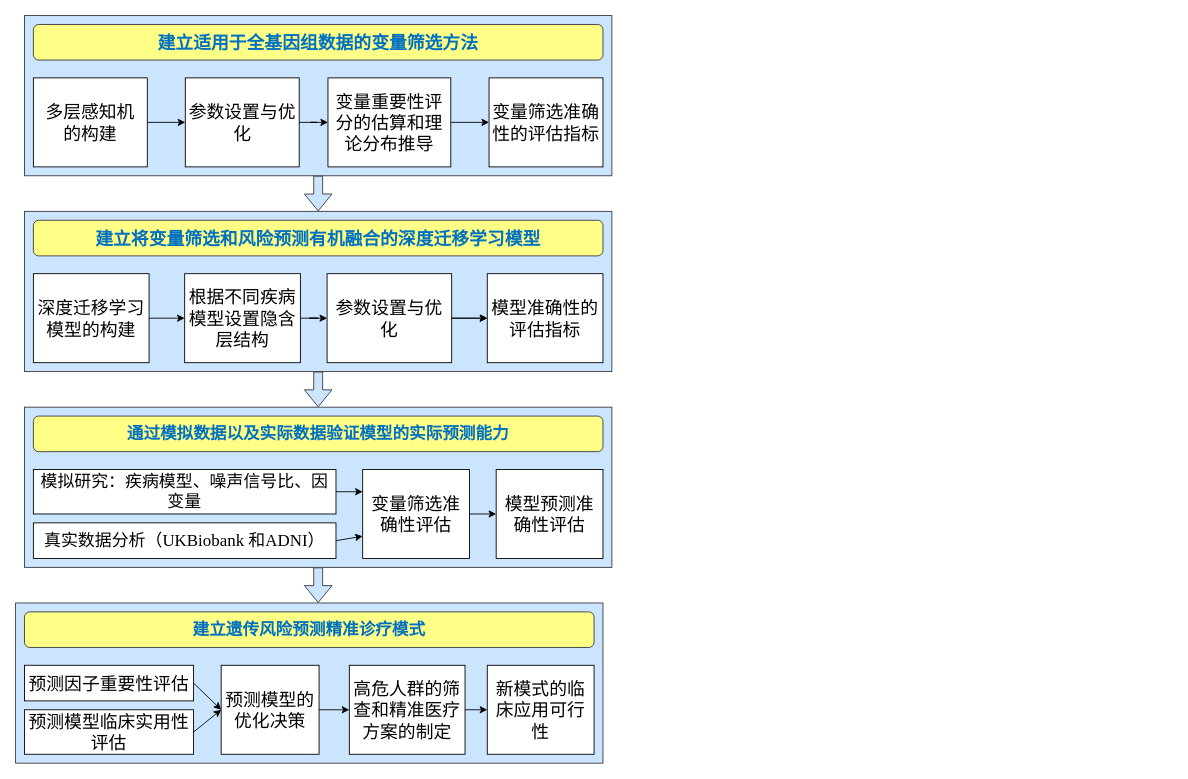
Before: pathnew.drawio in YaluWen/try, a draw.io diagram. Source tidied: cells renumbered, new cells numbered last; positions are measured from the earlier drawing's top-left corner, leaving out a move shared by most shapes. Both pictures are drawn from the tidied source at 89%, with x=0, y=0 at pixel (15, 15).
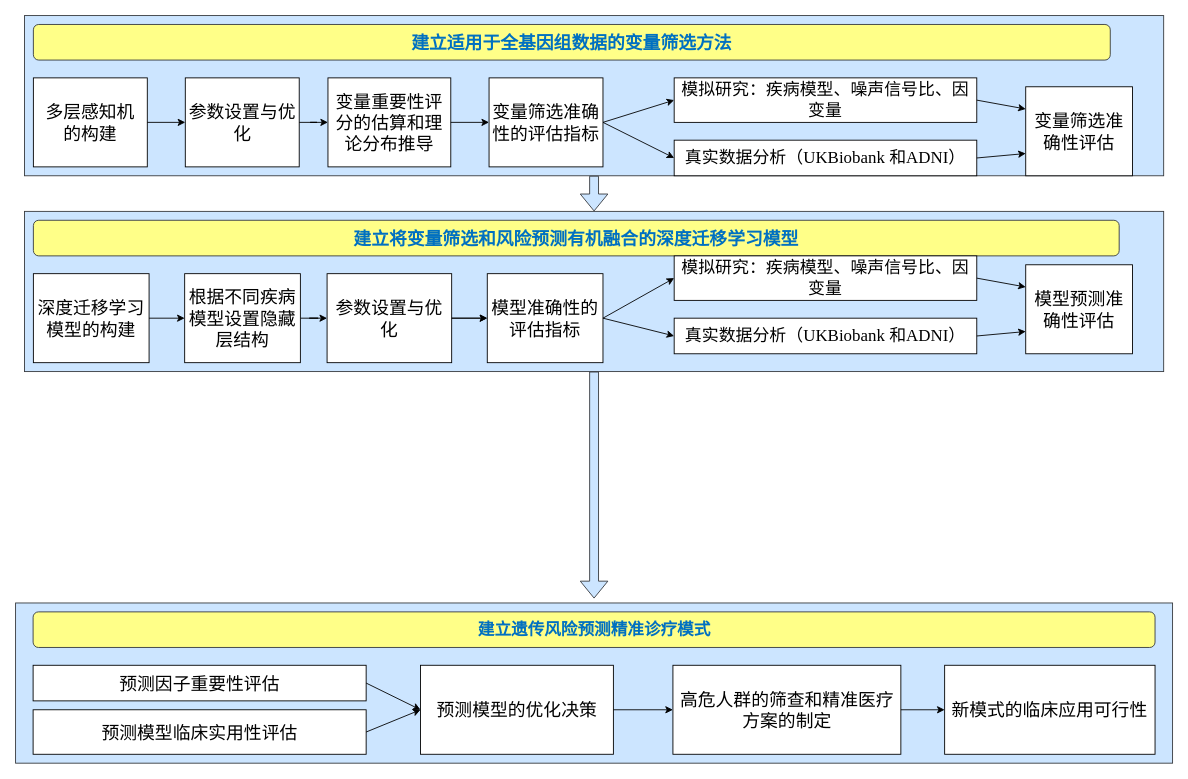
The same diagram, later.

The edit, as a diff of the source:
```diff
@@
-    <mxCell id="2" style="group;" parent="1" vertex="1">
-      <mxGeometry x="10" width="660" height="180" as="geometry" />
-    </mxCell>
-    <mxCell id="3" style="rounded=0;whiteSpace=wrap;html=1;fillColor=#cce5ff;strokeColor=#36393d;" parent="2" vertex="1">
-      <mxGeometry width="660" height="180" as="geometry" />
-    </mxCell>
-    <mxCell id="4" value="&lt;font style=&quot;font-size: 20px&quot;&gt;&lt;b&gt;&lt;span style=&quot;font-family: &amp;#34;kaiti&amp;#34; ; color: rgb(0 , 112 , 193)&quot; lang=&quot;ZH-CN&quot;&gt;建立适用于全基因组数据的变量筛选方法&lt;/span&gt;&lt;/b&gt;&lt;/font&gt;" style="rounded=1;whiteSpace=wrap;html=1;fillColor=#ffff88;strokeColor=#36393d;" parent="2" vertex="1">
-      <mxGeometry x="10" y="10" width="640" height="40" as="geometry" />
-    </mxCell>
-    <mxCell id="5" value="&lt;div style=&quot;font-size: 20px&quot;&gt;&lt;font style=&quot;font-size: 20px&quot;&gt;多层感知机&lt;/font&gt;&lt;/div&gt;&lt;div style=&quot;font-size: 20px&quot;&gt;&lt;font style=&quot;font-size: 20px&quot;&gt;的构建&lt;/font&gt;&lt;/div&gt;" style="rounded=0;whiteSpace=wrap;html=1;" parent="2" vertex="1">
-      <mxGeometry x="10" y="70" width="128" height="100" as="geometry" />
-    </mxCell>
-    <mxCell id="6" value="&lt;font style=&quot;font-size: 20px&quot;&gt;参数设置与优化&lt;/font&gt;" style="whiteSpace=wrap;html=1;rounded=0;" parent="2" vertex="1">
-      <mxGeometry x="180.7" y="70" width="128" height="100" as="geometry" />
-    </mxCell>
-    <mxCell id="7" style="edgeStyle=orthogonalEdgeStyle;rounded=0;jettySize=auto;html=1;" parent="2" edge="1" source="5" target="6">
-      <mxGeometry x="10" y="70" as="geometry" />
-    </mxCell>
-    <mxCell id="8" value="&lt;font style=&quot;font-size: 20px&quot;&gt;变量重要性评分的估算和理论分布推导&lt;/font&gt;" style="whiteSpace=wrap;html=1;rounded=0;" parent="2" vertex="1">
-      <mxGeometry x="341" y="70" width="138" height="100" as="geometry" />
-    </mxCell>
-    <mxCell id="9" style="edgeStyle=orthogonalEdgeStyle;rounded=0;jettySize=auto;html=1;" parent="2" edge="1" source="6" target="8">
-      <mxGeometry x="10" y="70" as="geometry" />
-    </mxCell>
-    <mxCell id="10" value="&lt;font style=&quot;font-size: 20px&quot;&gt;变量筛选准确性的评估指标&lt;/font&gt;" style="rounded=0;whiteSpace=wrap;html=1;" parent="2" vertex="1">
-      <mxGeometry x="522" y="70" width="128" height="100" as="geometry" />
-    </mxCell>
-    <mxCell id="11" style="edgeStyle=orthogonalEdgeStyle;rounded=0;jettySize=auto;html=1;" parent="2" edge="1" source="8" target="10">
-      <mxGeometry x="10" y="70" as="geometry" />
-    </mxCell>
-    <mxCell id="12" style="group;" parent="1" vertex="1">
-      <mxGeometry x="10" y="220" width="660" height="180" as="geometry" />
-    </mxCell>
-    <mxCell id="13" style="rounded=0;whiteSpace=wrap;html=1;fillColor=#cce5ff;strokeColor=#36393d;" parent="12" vertex="1">
-      <mxGeometry width="660" height="180" as="geometry" />
+    <mxCell id="13" style="rounded=0;whiteSpace=wrap;html=1;fillColor=#cce5ff;strokeColor=#36393d;" parent="1" vertex="1">
+      <mxGeometry x="10" y="220" width="1280" height="180" as="geometry" />
     </mxCell>
-    <mxCell id="14" value="&lt;font style=&quot;font-size: 20px&quot;&gt;&lt;b&gt;&lt;span style=&quot;font-family: &amp;#34;kaiti&amp;#34; ; color: rgb(0 , 112 , 193)&quot; lang=&quot;ZH-CN&quot;&gt;建立将变量筛选和风险预测有机融合的深度迁移学习模型&lt;/span&gt;&lt;/b&gt;&lt;/font&gt;" style="rounded=1;whiteSpace=wrap;html=1;fillColor=#ffff88;strokeColor=#36393d;" parent="12" vertex="1">
-      <mxGeometry x="10" y="10" width="640" height="40" as="geometry" />
+    <mxCell id="14" value="&lt;font style=&quot;font-size: 20px&quot;&gt;&lt;b&gt;&lt;span style=&quot;font-family: &amp;#34;kaiti&amp;#34; ; color: rgb(0 , 112 , 193)&quot; lang=&quot;ZH-CN&quot;&gt;建立将变量筛选和风险预测有机融合的深度迁移学习模型&lt;/span&gt;&lt;/b&gt;&lt;/font&gt;" style="rounded=1;whiteSpace=wrap;html=1;fillColor=#ffff88;strokeColor=#36393d;" parent="1" vertex="1">
+      <mxGeometry x="20" y="230" width="1220" height="40" as="geometry" />
     </mxCell>
-    <mxCell id="15" style="edgeStyle=orthogonalEdgeStyle;rounded=0;orthogonalLoop=1;jettySize=auto;html=1;exitX=0.5;exitY=1;exitDx=0;exitDy=0;" parent="12" edge="1" source="14" target="14">
-      <mxGeometry relative="1" as="geometry" />
+    <mxCell id="15" style="edgeStyle=orthogonalEdgeStyle;rounded=0;orthogonalLoop=1;jettySize=auto;html=1;exitX=0.5;exitY=1;exitDx=0;exitDy=0;" parent="1" edge="1" source="14" target="14">
+      <mxGeometry x="30" y="260" as="geometry" />
     </mxCell>
-    <mxCell id="16" value="&lt;font style=&quot;font-size: 20px&quot;&gt;深度迁移学习模型的构建&lt;/font&gt;" style="rounded=0;whiteSpace=wrap;html=1;" parent="12" vertex="1">
-      <mxGeometry x="10" y="70" width="130" height="100" as="geometry" />
+    <mxCell id="16" value="&lt;font style=&quot;font-size: 20px&quot;&gt;深度迁移学习模型的构建&lt;/font&gt;" style="rounded=0;whiteSpace=wrap;html=1;" parent="1" vertex="1">
+      <mxGeometry x="20" y="290" width="130" height="100" as="geometry" />
     </mxCell>
-    <mxCell id="17" value="&lt;font style=&quot;font-size: 20px&quot;&gt;参数设置与优化&lt;/font&gt;" style="rounded=0;whiteSpace=wrap;html=1;" parent="12" vertex="1">
-      <mxGeometry x="340" y="70" width="140" height="100" as="geometry" />
+    <mxCell id="17" value="&lt;font style=&quot;font-size: 20px&quot;&gt;参数设置与优化&lt;/font&gt;" style="rounded=0;whiteSpace=wrap;html=1;" parent="1" vertex="1">
+      <mxGeometry x="350" y="290" width="140" height="100" as="geometry" />
     </mxCell>
-    <mxCell id="18" value="&lt;font style=&quot;font-size: 20px&quot;&gt;模型准确性的评估指标&lt;/font&gt;" style="rounded=0;whiteSpace=wrap;html=1;" parent="12" vertex="1">
-      <mxGeometry x="520" y="70" width="130" height="100" as="geometry" />
+    <mxCell id="18" value="&lt;font style=&quot;font-size: 20px&quot;&gt;模型准确性的评估指标&lt;/font&gt;" style="rounded=0;whiteSpace=wrap;html=1;" parent="1" vertex="1">
+      <mxGeometry x="530" y="290" width="130" height="100" as="geometry" />
     </mxCell>
-    <mxCell id="19" style="edgeStyle=orthogonalEdgeStyle;rounded=0;jettySize=auto;html=1;" parent="12" edge="1" source="17" target="18">
-      <mxGeometry relative="1" as="geometry" />
+    <mxCell id="19" style="edgeStyle=orthogonalEdgeStyle;rounded=0;jettySize=auto;html=1;" parent="1" edge="1" source="17" target="18">
+      <mxGeometry x="30" y="260" as="geometry" />
     </mxCell>
-    <mxCell id="20" style="edgeStyle=orthogonalEdgeStyle;rounded=0;jettySize=auto;html=1;" parent="12" edge="1" source="17" target="18">
-      <mxGeometry x="50" y="70" as="geometry" />
+    <mxCell id="20" style="edgeStyle=orthogonalEdgeStyle;rounded=0;jettySize=auto;html=1;" parent="1" edge="1" source="17" target="18">
+      <mxGeometry x="80" y="330" as="geometry" />
     </mxCell>
-    <mxCell id="21" style="edgeStyle=orthogonalEdgeStyle;rounded=0;jettySize=auto;html=1;" parent="12" edge="1" source="22" target="17">
-      <mxGeometry x="50" y="70" as="geometry" />
+    <mxCell id="21" style="edgeStyle=orthogonalEdgeStyle;rounded=0;jettySize=auto;html=1;" parent="1" edge="1" source="22" target="17">
+      <mxGeometry x="80" y="330" as="geometry" />
     </mxCell>
-    <mxCell id="22" value="&lt;font style=&quot;font-size: 20px&quot;&gt;根据不同疾病模型设置隐含层结构&lt;/font&gt;" style="rounded=0;whiteSpace=wrap;html=1;" parent="12" vertex="1">
-      <mxGeometry x="180" y="70" width="130" height="100" as="geometry" />
+    <mxCell id="22" value="&lt;font style=&quot;font-size: 20px&quot;&gt;根据不同疾病模型设置隐藏层结构&lt;/font&gt;" style="rounded=0;whiteSpace=wrap;html=1;" parent="1" vertex="1">
+      <mxGeometry x="190" y="290" width="130" height="100" as="geometry" />
     </mxCell>
-    <mxCell id="23" style="edgeStyle=orthogonalEdgeStyle;rounded=0;jettySize=auto;html=1;" parent="12" edge="1" source="16" target="22">
-      <mxGeometry x="50" y="70" as="geometry" />
+    <mxCell id="23" style="edgeStyle=orthogonalEdgeStyle;rounded=0;jettySize=auto;html=1;" parent="1" edge="1" source="16" target="22">
+      <mxGeometry x="80" y="330" as="geometry" />
     </mxCell>
+    <mxCell id="3" style="rounded=0;whiteSpace=wrap;html=1;fillColor=#cce5ff;strokeColor=#36393d;" parent="1" vertex="1">
+      <mxGeometry x="10" width="1280" height="180" as="geometry" />
+    </mxCell>
@@
-    <mxCell id="25" style="group;" parent="1" vertex="1">
-      <mxGeometry x="10" y="440" width="660" height="180" as="geometry" />
-    </mxCell>
-    <mxCell id="26" style="rounded=0;whiteSpace=wrap;html=1;fillColor=#cce5ff;strokeColor=#36393d;" parent="25" vertex="1">
-      <mxGeometry width="660" height="180" as="geometry" />
-    </mxCell>
-    <mxCell id="27" value="&lt;b&gt;&lt;span style=&quot;font-size: 14.0pt ; font-family: &amp;#34;kaiti&amp;#34; ; color: #0070c1&quot; lang=&quot;ZH-CN&quot;&gt;通过模拟数据以及实际数据验证模型的实际预测能力&lt;/span&gt;&lt;span style=&quot;font-size: 14.0pt ; font-family: &amp;#34;times new roman&amp;#34; ; color: #0070c1&quot;&gt;&lt;/span&gt;&lt;/b&gt;" style="rounded=1;whiteSpace=wrap;html=1;fillColor=#ffff88;strokeColor=#36393d;" parent="25" vertex="1">
-      <mxGeometry x="10" y="10" width="640" height="40" as="geometry" />
-    </mxCell>
-    <mxCell id="28" value="&lt;div style=&quot;font-size: 19px&quot;&gt;模拟研究：疾病模型、噪声信号比、因变量&lt;/div&gt;" style="rounded=0;whiteSpace=wrap;html=1;" parent="25" vertex="1">
-      <mxGeometry x="10" y="70" width="340" height="50" as="geometry" />
-    </mxCell>
-    <mxCell id="29" value="&lt;font style=&quot;font-size: 20px&quot;&gt;变量筛选准确性评估&lt;/font&gt;" style="rounded=0;whiteSpace=wrap;html=1;" parent="25" vertex="1">
-      <mxGeometry x="380" y="70" width="120" height="100" as="geometry" />
-    </mxCell>
-    <mxCell id="30" value="&lt;font style=&quot;font-size: 20px&quot;&gt;模型预测准确性评估&lt;/font&gt;" style="rounded=0;whiteSpace=wrap;html=1;" parent="25" vertex="1">
-      <mxGeometry x="530" y="70" width="120" height="100" as="geometry" />
-    </mxCell>
-    <mxCell id="31" value="&lt;div style=&quot;font-size: 19px&quot;&gt;&lt;font style=&quot;font-size: 19px&quot; face=&quot;Times New Roman&quot;&gt;真实数据分析&lt;/font&gt;&lt;font style=&quot;font-size: 19px&quot; face=&quot;Times New Roman&quot;&gt;（UKBiobank 和ADNI）&lt;/font&gt;&lt;/div&gt;" style="rounded=0;whiteSpace=wrap;html=1;" parent="25" vertex="1">
-      <mxGeometry x="10" y="130" width="340" height="40" as="geometry" />
-    </mxCell>
-    <mxCell id="32" style="endArrow=classic;html=1;exitX=1;exitY=0.5;exitDx=0;exitDy=0;entryX=0;entryY=0.25;entryDx=0;entryDy=0;" parent="25" edge="1" source="28" target="29">
-      <mxGeometry relative="1" as="geometry" />
-    </mxCell>
-    <mxCell id="33" style="endArrow=classic;html=1;exitX=1;exitY=0.5;exitDx=0;exitDy=0;entryX=0;entryY=0.75;entryDx=0;entryDy=0;" parent="25" edge="1" source="31" target="29">
-      <mxGeometry relative="1" as="geometry" />
-    </mxCell>
-    <mxCell id="34" style="endArrow=classic;html=1;exitX=1;exitY=0.5;exitDx=0;exitDy=0;entryX=0;entryY=0.5;entryDx=0;entryDy=0;" parent="25" edge="1" source="29" target="30">
-      <mxGeometry relative="1" as="geometry" />
-    </mxCell>
-    <mxCell id="35" style="shape=flexArrow;endArrow=classic;html=1;exitX=0.5;exitY=1;exitDx=0;exitDy=0;entryX=0.5;entryY=0;entryDx=0;entryDy=0;fillColor=#cce5ff;strokeColor=#36393d;" parent="1" edge="1">
+    <mxCell id="35" style="shape=flexArrow;endArrow=classic;html=1;exitX=0.5;exitY=1;exitDx=0;exitDy=0;fillColor=#cce5ff;strokeColor=#36393d;" parent="1" edge="1" source="13">
       <mxGeometry relative="1" as="geometry">
-        <mxPoint x="340" y="400" as="sourcePoint" />
-        <mxPoint x="340" y="440" as="targetPoint" />
+        <mxPoint x="650" y="655" as="targetPoint" />
       </mxGeometry>
     </mxCell>
     <mxCell id="36" style="group;" parent="1" vertex="1">
-      <mxGeometry y="660" width="660" height="180" as="geometry" />
+      <mxGeometry y="660" width="1300" height="180" as="geometry" />
     </mxCell>
     <mxCell id="37" style="rounded=0;whiteSpace=wrap;html=1;fillColor=#cce5ff;strokeColor=#36393d;" parent="36" vertex="1">
-      <mxGeometry width="660" height="180" as="geometry" />
+      <mxGeometry width="1300" height="180" as="geometry" />
     </mxCell>
     <mxCell id="38" value="&lt;b&gt;&lt;span style=&quot;font-size: 14.0pt ; font-family: &amp;#34;kaiti&amp;#34; ; color: #0070c1&quot; lang=&quot;ZH-CN&quot;&gt;建立遗传风险预测精准诊疗模式&lt;/span&gt;&lt;/b&gt;" style="rounded=1;whiteSpace=wrap;html=1;fillColor=#ffff88;strokeColor=#36393d;" parent="36" vertex="1">
-      <mxGeometry x="10" y="10" width="640" height="40" as="geometry" />
+      <mxGeometry x="19.7" y="10" width="1260.6" height="40" as="geometry" />
     </mxCell>
     <mxCell id="39" value="&lt;font style=&quot;font-size: 20px&quot;&gt;预测因子重要性评估&lt;/font&gt;" style="rounded=0;whiteSpace=wrap;html=1;" parent="36" vertex="1">
-      <mxGeometry x="10" y="70" width="190" height="40" as="geometry" />
+      <mxGeometry x="19.7" y="70" width="374.2" height="40" as="geometry" />
     </mxCell>
     <mxCell id="40" value="&lt;font style=&quot;font-size: 20px&quot;&gt;预测模型临床实用性评估&lt;/font&gt;" style="rounded=0;whiteSpace=wrap;html=1;" parent="36" vertex="1">
-      <mxGeometry x="10" y="120" width="190" height="50" as="geometry" />
+      <mxGeometry x="19.7" y="120" width="374.2" height="50" as="geometry" />
     </mxCell>
     <mxCell id="41" value="&lt;font style=&quot;font-size: 20px&quot;&gt;预测模型的优化决策&lt;/font&gt;" style="rounded=0;whiteSpace=wrap;html=1;" parent="36" vertex="1">
-      <mxGeometry x="231" y="70" width="110" height="100" as="geometry" />
+      <mxGeometry x="455" y="70" width="216.7" height="100" as="geometry" />
     </mxCell>
     <mxCell id="42" value="&lt;font style=&quot;font-size: 20px&quot;&gt;高危人群的筛查和精准医疗方案的制定&lt;/font&gt;" style="whiteSpace=wrap;html=1;rounded=0;" parent="36" vertex="1">
-      <mxGeometry x="375" y="70" width="130" height="100" as="geometry" />
+      <mxGeometry x="738.6" y="70" width="256.1" height="100" as="geometry" />
     </mxCell>
     <mxCell id="43" value="&lt;font style=&quot;font-size: 20px&quot;&gt;新模式的临床应用可行性&lt;/font&gt;" style="whiteSpace=wrap;html=1;rounded=0;" parent="36" vertex="1">
-      <mxGeometry x="530" y="70" width="120" height="100" as="geometry" />
+      <mxGeometry x="1043.9" y="70" width="236.4" height="100" as="geometry" />
     </mxCell>
@@
-    <mxCell id="48" style="shape=flexArrow;endArrow=classic;html=1;exitX=0.5;exitY=1;exitDx=0;exitDy=0;entryX=0.5;entryY=0;entryDx=0;entryDy=0;fillColor=#cce5ff;strokeColor=#36393d;" parent="1" edge="1">
-      <mxGeometry relative="1" as="geometry">
-        <mxPoint x="340" y="620" as="sourcePoint" />
-        <mxPoint x="340" y="660" as="targetPoint" />
-      </mxGeometry>
-    </mxCell>
+    <mxCell id="49" style="endArrow=classic;html=1;exitX=1;exitY=0.5;exitDx=0;exitDy=0;entryX=0;entryY=0.5;entryDx=0;entryDy=0;" parent="1" edge="1" source="10" target="50">
+      <mxGeometry relative="1" as="geometry" />
+    </mxCell>
+    <mxCell id="50" value="&lt;div style=&quot;font-size: 19px&quot;&gt;模拟研究：疾病模型、噪声信号比、因变量&lt;/div&gt;" style="rounded=0;whiteSpace=wrap;html=1;" parent="1" vertex="1">
+      <mxGeometry x="740" y="70" width="340" height="50" as="geometry" />
+    </mxCell>
+    <mxCell id="51" value="&lt;div style=&quot;font-size: 19px&quot;&gt;&lt;font style=&quot;font-size: 19px&quot; face=&quot;Times New Roman&quot;&gt;真实数据分析&lt;/font&gt;&lt;font style=&quot;font-size: 19px&quot; face=&quot;Times New Roman&quot;&gt;（UKBiobank 和ADNI）&lt;/font&gt;&lt;/div&gt;" style="rounded=0;whiteSpace=wrap;html=1;" parent="1" vertex="1">
+      <mxGeometry x="740" y="140" width="340" height="40" as="geometry" />
+    </mxCell>
+    <mxCell id="52" style="endArrow=classic;html=1;exitX=1;exitY=0.5;exitDx=0;exitDy=0;entryX=0;entryY=0.5;entryDx=0;entryDy=0;" parent="1" edge="1" source="10" target="51">
+      <mxGeometry relative="1" as="geometry" />
+    </mxCell>
+    <mxCell id="29" value="&lt;font style=&quot;font-size: 20px&quot;&gt;变量筛选准确性评估&lt;/font&gt;" style="rounded=0;whiteSpace=wrap;html=1;" parent="1" vertex="1">
+      <mxGeometry x="1135" y="80" width="120" height="100" as="geometry" />
+    </mxCell>
+    <mxCell id="53" style="endArrow=classic;html=1;entryX=0;entryY=0.25;entryDx=0;entryDy=0;exitX=1;exitY=0.5;exitDx=0;exitDy=0;" parent="1" edge="1" source="50" target="29">
+      <mxGeometry relative="1" as="geometry" />
+    </mxCell>
+    <mxCell id="54" style="endArrow=classic;html=1;entryX=0;entryY=0.75;entryDx=0;entryDy=0;exitX=1;exitY=0.5;exitDx=0;exitDy=0;" parent="1" edge="1" source="51" target="29">
+      <mxGeometry relative="1" as="geometry" />
+    </mxCell>
+    <mxCell id="55" value="&lt;div style=&quot;font-size: 19px&quot;&gt;模拟研究：疾病模型、噪声信号比、因变量&lt;/div&gt;" style="rounded=0;whiteSpace=wrap;html=1;" parent="1" vertex="1">
+      <mxGeometry x="740" y="270" width="340" height="50" as="geometry" />
+    </mxCell>
+    <mxCell id="56" value="&lt;div style=&quot;font-size: 19px&quot;&gt;&lt;font style=&quot;font-size: 19px&quot; face=&quot;Times New Roman&quot;&gt;真实数据分析&lt;/font&gt;&lt;font style=&quot;font-size: 19px&quot; face=&quot;Times New Roman&quot;&gt;（UKBiobank 和ADNI）&lt;/font&gt;&lt;/div&gt;" style="rounded=0;whiteSpace=wrap;html=1;" parent="1" vertex="1">
+      <mxGeometry x="740" y="340" width="340" height="40" as="geometry" />
+    </mxCell>
+    <mxCell id="30" value="&lt;span style=&quot;font-size: 20px&quot;&gt;模型预测准确性评估&lt;/span&gt;" style="rounded=0;whiteSpace=wrap;html=1;" parent="1" vertex="1">
+      <mxGeometry x="1135" y="280" width="120" height="100" as="geometry" />
+    </mxCell>
+    <mxCell id="57" style="endArrow=classic;html=1;entryX=0;entryY=0.25;entryDx=0;entryDy=0;exitX=1;exitY=0.5;exitDx=0;exitDy=0;" parent="1" edge="1" source="55" target="30">
+      <mxGeometry relative="1" as="geometry" />
+    </mxCell>
+    <mxCell id="58" style="endArrow=classic;html=1;entryX=0;entryY=0.75;entryDx=0;entryDy=0;exitX=1;exitY=0.5;exitDx=0;exitDy=0;" parent="1" edge="1" source="56" target="30">
+      <mxGeometry relative="1" as="geometry" />
+    </mxCell>
+    <mxCell id="59" style="endArrow=classic;html=1;exitX=1;exitY=0.5;exitDx=0;exitDy=0;entryX=0;entryY=0.5;entryDx=0;entryDy=0;" parent="1" edge="1" source="18" target="55">
+      <mxGeometry relative="1" as="geometry" />
+    </mxCell>
+    <mxCell id="60" style="endArrow=classic;html=1;exitX=1;exitY=0.5;exitDx=0;exitDy=0;entryX=0;entryY=0.5;entryDx=0;entryDy=0;" parent="1" edge="1" source="18" target="56">
+      <mxGeometry relative="1" as="geometry" />
+    </mxCell>
+    <mxCell id="4" value="&lt;font style=&quot;font-size: 20px&quot;&gt;&lt;b&gt;&lt;span style=&quot;font-family: &amp;#34;kaiti&amp;#34; ; color: rgb(0 , 112 , 193)&quot; lang=&quot;ZH-CN&quot;&gt;建立适用于全基因组数据的变量筛选方法&lt;/span&gt;&lt;/b&gt;&lt;/font&gt;" style="rounded=1;whiteSpace=wrap;html=1;fillColor=#ffff88;strokeColor=#36393d;" parent="1" vertex="1">
+      <mxGeometry x="20" y="10" width="1210" height="40" as="geometry" />
+    </mxCell>
+    <mxCell id="5" value="&lt;div style=&quot;font-size: 20px&quot;&gt;&lt;font style=&quot;font-size: 20px&quot;&gt;多层感知机&lt;/font&gt;&lt;/div&gt;&lt;div style=&quot;font-size: 20px&quot;&gt;&lt;font style=&quot;font-size: 20px&quot;&gt;的构建&lt;/font&gt;&lt;/div&gt;" style="rounded=0;whiteSpace=wrap;html=1;" parent="1" vertex="1">
+      <mxGeometry x="20" y="70" width="128" height="100" as="geometry" />
+    </mxCell>
+    <mxCell id="6" value="&lt;font style=&quot;font-size: 20px&quot;&gt;参数设置与优化&lt;/font&gt;" style="whiteSpace=wrap;html=1;rounded=0;" parent="1" vertex="1">
+      <mxGeometry x="190.7" y="70" width="128" height="100" as="geometry" />
+    </mxCell>
+    <mxCell id="7" style="edgeStyle=orthogonalEdgeStyle;rounded=0;jettySize=auto;html=1;" parent="1" edge="1" source="5" target="6">
+      <mxGeometry x="40" y="110" as="geometry" />
+    </mxCell>
+    <mxCell id="8" value="&lt;font style=&quot;font-size: 20px&quot;&gt;变量重要性评分的估算和理论分布推导&lt;/font&gt;" style="whiteSpace=wrap;html=1;rounded=0;" parent="1" vertex="1">
+      <mxGeometry x="351" y="70" width="138" height="100" as="geometry" />
+    </mxCell>
+    <mxCell id="9" style="edgeStyle=orthogonalEdgeStyle;rounded=0;jettySize=auto;html=1;" parent="1" edge="1" source="6" target="8">
+      <mxGeometry x="40" y="110" as="geometry" />
+    </mxCell>
+    <mxCell id="10" value="&lt;font style=&quot;font-size: 20px&quot;&gt;变量筛选准确性的评估指标&lt;/font&gt;" style="rounded=0;whiteSpace=wrap;html=1;" parent="1" vertex="1">
+      <mxGeometry x="532" y="70" width="128" height="100" as="geometry" />
+    </mxCell>
+    <mxCell id="11" style="edgeStyle=orthogonalEdgeStyle;rounded=0;jettySize=auto;html=1;" parent="1" edge="1" source="8" target="10">
+      <mxGeometry x="40" y="110" as="geometry" />
+    </mxCell>
```
